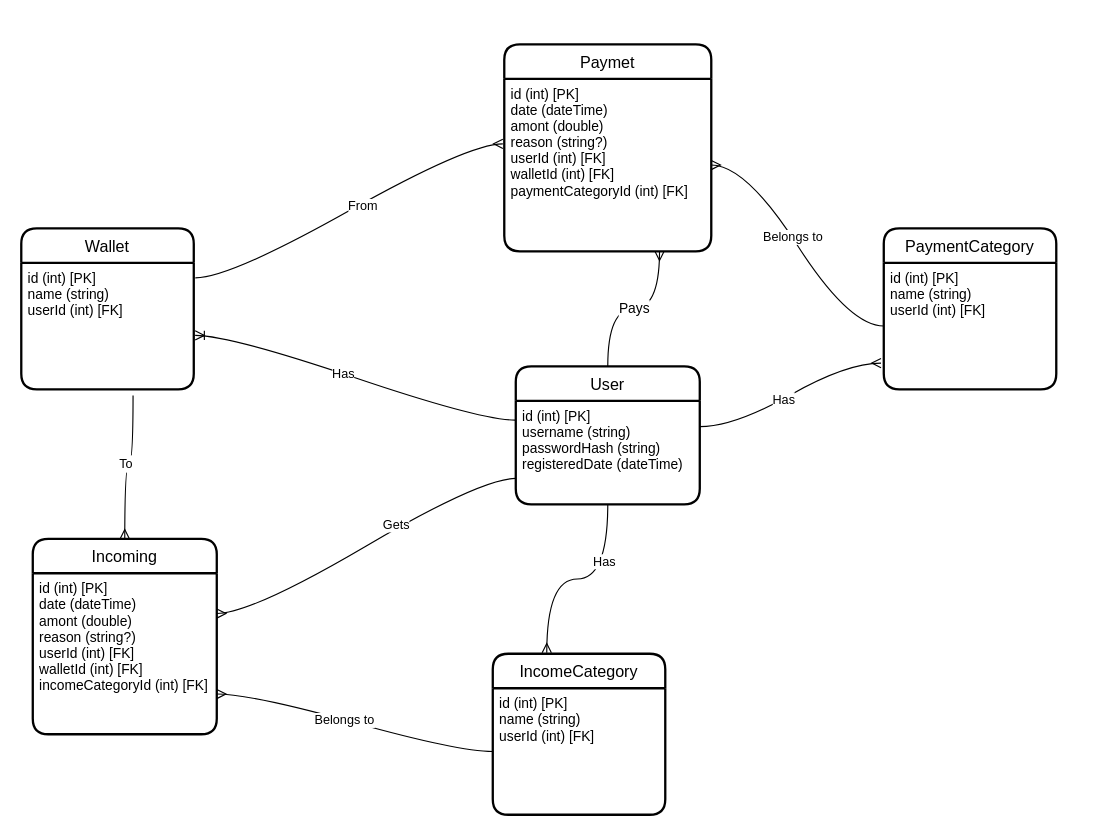
Shukridozom/Personal_Money_Tracker keeps this draw.io diagram as Data Model/Logical model.drawio. Above is the earlier version. Source tidied: cells renumbered, new cells numbered last; positions are measured from the earlier drawing's top-left corner, leaving out a move shared by most shapes. Both pictures are drawn from the tidied source at 115%, with x=0, y=0 at pixel (21, 44).
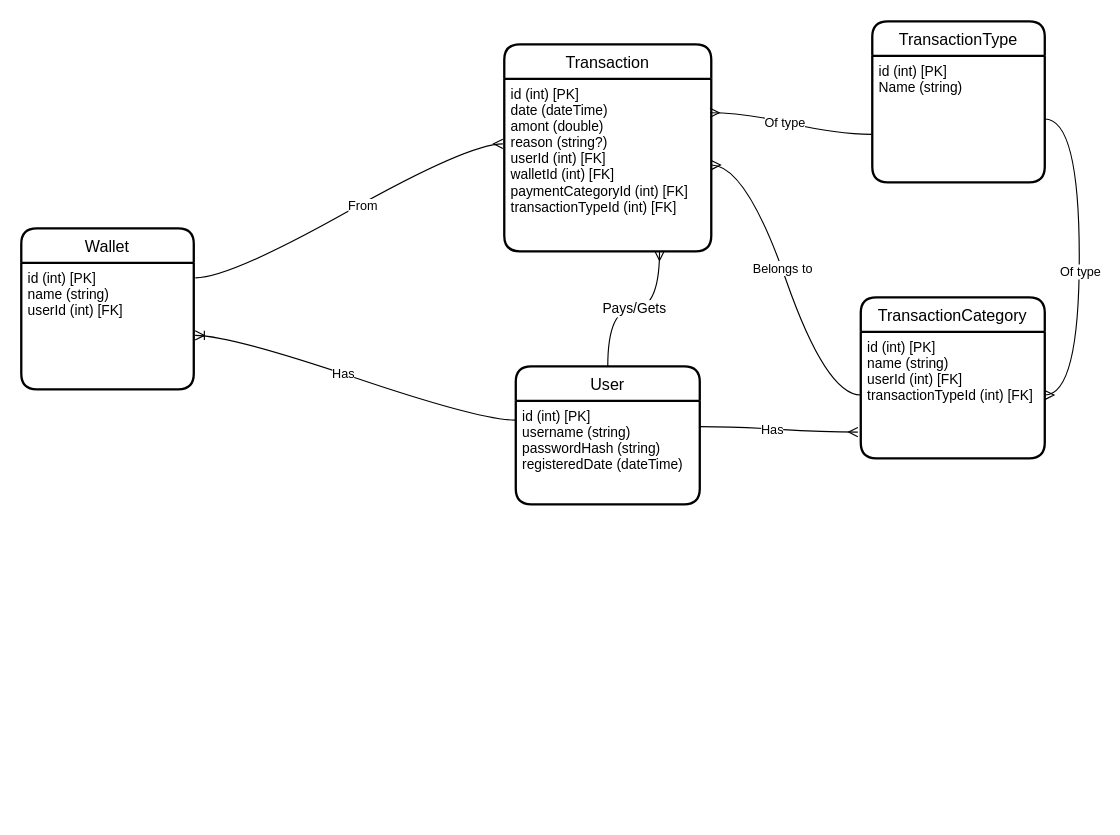
Above is the later version.

Commit message (it also covers changes not shown here):
Changing the conceptual & logical models

Unchanged cells that the change refers to:
```xml
<mxCell id="2" value="User" style="swimlane;horizontal=1;startSize=30;rounded=1;fontSize=14;fontStyle=0;strokeWidth=2;shadow=0;dashed=0;align=center;" parent="1" vertex="1">
  <mxGeometry x="430" y="280" width="160" height="120" as="geometry" />
</mxCell>
<mxCell id="3" value="id (int) [PK]&#10;username (string)&#10;passwordHash (string)&#10;registeredDate (dateTime)&#10;" style="align=left;strokeColor=none;fillColor=none;spacingLeft=4;fontSize=12;verticalAlign=top;" parent="2" vertex="1">
  <mxGeometry y="30" width="160" height="90" as="geometry" />
</mxCell>
<mxCell id="15" value="id (int) [PK]&#10;name (string)&#10;userId (int) [FK]" style="align=left;strokeColor=none;fillColor=none;spacingLeft=4;fontSize=12;verticalAlign=top;" parent="14" vertex="1">
  <mxGeometry y="30" width="150" height="110" as="geometry" />
</mxCell>
```

Change to the diagram source:
```diff
@@
-    <mxCell id="4" value="Incoming" style="swimlane;horizontal=1;startSize=30;rounded=1;fontSize=14;fontStyle=0;strokeWidth=2;shadow=0;dashed=0;align=center;" parent="1" vertex="1">
-      <mxGeometry x="10" y="430" width="160" height="170" as="geometry" />
-    </mxCell>
-    <mxCell id="5" value="id (int) [PK]&#10;date (dateTime)&#10;amont (double)&#10;reason (string?)&#10;userId (int) [FK]&#10;walletId (int) [FK]&#10;incomeCategoryId (int) [FK]" style="align=left;strokeColor=none;fillColor=none;spacingLeft=4;fontSize=12;verticalAlign=top;" parent="4" vertex="1">
-      <mxGeometry y="30" width="160" height="140" as="geometry" />
-    </mxCell>
-    <mxCell id="6" style="edgeStyle=entityRelationEdgeStyle;fontSize=12;html=1;endArrow=ERmany;startArrow=none;rounded=0;curved=1;entryX=1;entryY=0.25;entryDx=0;entryDy=0;exitX=0;exitY=0.75;exitDx=0;exitDy=0;startFill=0;" parent="1" edge="1" source="3" target="5">
-      <mxGeometry relative="1" as="geometry" />
-    </mxCell>
-    <mxCell id="7" value="Gets" style="edgeLabel;html=1;align=center;verticalAlign=middle;" parent="6" vertex="1">
-      <mxGeometry x="-0.21" y="-2" relative="1" as="geometry">
-        <mxPoint y="-1" as="offset" />
-      </mxGeometry>
-    </mxCell>
-    <mxCell id="8" value="Paymet" style="swimlane;horizontal=1;startSize=30;rounded=1;fontSize=14;fontStyle=0;strokeWidth=2;shadow=0;dashed=0;align=center;" parent="1" vertex="1">
+    <mxCell id="8" value="Transaction" style="swimlane;horizontal=1;startSize=30;rounded=1;fontSize=14;fontStyle=0;strokeWidth=2;shadow=0;dashed=0;align=center;" parent="1" vertex="1">
       <mxGeometry x="420" width="180" height="180" as="geometry" />
     </mxCell>
-    <mxCell id="9" value="id (int) [PK]&#10;date (dateTime)&#10;amont (double)&#10;reason (string?)&#10;userId (int) [FK]&#10;walletId (int) [FK]&#10;paymentCategoryId (int) [FK]" style="align=left;strokeColor=none;fillColor=none;spacingLeft=4;fontSize=12;verticalAlign=top;" parent="8" vertex="1">
+    <mxCell id="9" value="id (int) [PK]&#10;date (dateTime)&#10;amont (double)&#10;reason (string?)&#10;userId (int) [FK]&#10;walletId (int) [FK]&#10;paymentCategoryId (int) [FK]&#10;transactionTypeId (int) [FK]" style="align=left;strokeColor=none;fillColor=none;spacingLeft=4;fontSize=12;verticalAlign=top;" parent="8" vertex="1">
       <mxGeometry y="30" width="180" height="150" as="geometry" />
     </mxCell>
-    <mxCell id="10" value="IncomeCategory" style="swimlane;horizontal=1;startSize=30;rounded=1;fontSize=14;fontStyle=0;strokeWidth=2;shadow=0;dashed=0;align=center;" parent="1" vertex="1">
-      <mxGeometry x="410" y="530" width="150" height="140" as="geometry" />
-    </mxCell>
-    <mxCell id="11" value="id (int) [PK]&#10;name (string)&#10;userId (int) [FK]" style="align=left;strokeColor=none;fillColor=none;spacingLeft=4;fontSize=12;verticalAlign=top;" parent="10" vertex="1">
-      <mxGeometry y="30" width="150" height="110" as="geometry" />
-    </mxCell>
-    <mxCell id="12" style="edgeStyle=orthogonalEdgeStyle;fontSize=12;html=1;endArrow=none;startArrow=ERmany;rounded=0;curved=1;exitX=0.313;exitY=-0.007;exitDx=0;exitDy=0;exitPerimeter=0;entryX=0.5;entryY=1;entryDx=0;entryDy=0;endFill=0;" parent="1" edge="1" source="10" target="3">
-      <mxGeometry relative="1" as="geometry" />
-    </mxCell>
-    <mxCell id="13" value="Has" style="edgeLabel;html=1;align=center;verticalAlign=middle;" parent="12" vertex="1">
-      <mxGeometry x="0.15" y="7" relative="1" as="geometry">
-        <mxPoint x="9" y="-9" as="offset" />
-      </mxGeometry>
-    </mxCell>
@@
-    <mxCell id="18" value="Pays" style="edgeStyle=orthogonalEdgeStyle;fontSize=12;html=1;endArrow=ERmany;startArrow=none;rounded=1;curved=1;entryX=0.75;entryY=1;entryDx=0;entryDy=0;exitX=0.5;exitY=0;exitDx=0;exitDy=0;startFill=0;" parent="1" edge="1" source="2" target="9">
+    <mxCell id="18" value="Pays/Gets" style="edgeStyle=orthogonalEdgeStyle;fontSize=12;html=1;endArrow=ERmany;startArrow=none;rounded=1;curved=1;entryX=0.75;entryY=1;entryDx=0;entryDy=0;exitX=0.5;exitY=0;exitDx=0;exitDy=0;startFill=0;" parent="1" edge="1" source="2" target="9">
       <mxGeometry relative="1" as="geometry" />
     </mxCell>
-    <mxCell id="19" value="&lt;span style=&quot;font-size: 11px;&quot;&gt;To&lt;/span&gt;" style="edgeStyle=orthogonalEdgeStyle;fontSize=12;html=1;endArrow=none;startArrow=ERmany;rounded=1;curved=1;entryX=0.648;entryY=1.05;entryDx=0;entryDy=0;entryPerimeter=0;exitX=0.5;exitY=0;exitDx=0;exitDy=0;endFill=0;" parent="1" edge="1" source="4" target="15">
-      <mxGeometry relative="1" as="geometry" />
-    </mxCell>
-    <mxCell id="20" value="PaymentCategory" style="swimlane;horizontal=1;startSize=30;rounded=1;fontSize=14;fontStyle=0;strokeWidth=2;shadow=0;dashed=0;align=center;" parent="1" vertex="1">
-      <mxGeometry x="750" y="160" width="150" height="140" as="geometry" />
+    <mxCell id="20" value="TransactionCategory" style="swimlane;horizontal=1;startSize=30;rounded=1;fontSize=14;fontStyle=0;strokeWidth=2;shadow=0;dashed=0;align=center;" parent="1" vertex="1">
+      <mxGeometry x="730" y="220" width="160" height="140" as="geometry" />
     </mxCell>
-    <mxCell id="21" value="id (int) [PK]&#10;name (string)&#10;userId (int) [FK]" style="align=left;strokeColor=none;fillColor=none;spacingLeft=4;fontSize=12;verticalAlign=top;" parent="20" vertex="1">
-      <mxGeometry y="30" width="150" height="110" as="geometry" />
+    <mxCell id="21" value="id (int) [PK]&#10;name (string)&#10;userId (int) [FK]&#10;transactionTypeId (int) [FK]" style="align=left;strokeColor=none;fillColor=none;spacingLeft=4;fontSize=12;verticalAlign=top;" parent="20" vertex="1">
+      <mxGeometry y="30" width="160" height="110" as="geometry" />
     </mxCell>
-    <mxCell id="22" style="edgeStyle=entityRelationEdgeStyle;fontSize=12;html=1;endArrow=none;startArrow=ERmany;rounded=1;curved=1;exitX=1;exitY=0.75;exitDx=0;exitDy=0;endFill=0;" parent="1" edge="1" source="5" target="11">
-      <mxGeometry relative="1" as="geometry" />
-    </mxCell>
-    <mxCell id="23" value="Belongs to" style="edgeLabel;html=1;align=center;verticalAlign=middle;" parent="22" vertex="1">
-      <mxGeometry x="-0.08" relative="1" as="geometry" />
-    </mxCell>
@@
+    <mxCell id="30" value="TransactionType" style="swimlane;horizontal=1;startSize=30;rounded=1;fontSize=14;fontStyle=0;strokeWidth=2;shadow=0;dashed=0;align=center;" parent="1" vertex="1">
+      <mxGeometry x="740" y="-20" width="150" height="140" as="geometry" />
+    </mxCell>
+    <mxCell id="31" value="id (int) [PK]&#10;Name (string)" style="align=left;strokeColor=none;fillColor=none;spacingLeft=4;fontSize=12;verticalAlign=top;" parent="30" vertex="1">
+      <mxGeometry y="30" width="150" height="110" as="geometry" />
+    </mxCell>
+    <mxCell id="32" style="edgeStyle=entityRelationEdgeStyle;fontSize=12;html=1;endArrow=none;startArrow=ERmany;rounded=1;curved=1;entryX=-0.004;entryY=0.621;entryDx=0;entryDy=0;exitX=0.994;exitY=0.197;exitDx=0;exitDy=0;endFill=0;exitPerimeter=0;entryPerimeter=0;" parent="1" edge="1" source="9" target="31">
+      <mxGeometry relative="1" as="geometry" />
+    </mxCell>
+    <mxCell id="33" value="Of type" style="edgeLabel;html=1;align=center;verticalAlign=middle;" parent="32" vertex="1">
+      <mxGeometry x="-0.08" relative="1" as="geometry" />
+    </mxCell>
+    <mxCell id="34" style="edgeStyle=entityRelationEdgeStyle;fontSize=12;html=1;endArrow=none;startArrow=ERmany;rounded=1;curved=1;endFill=0;" parent="1" edge="1" source="21" target="31">
+      <mxGeometry relative="1" as="geometry" />
+    </mxCell>
+    <mxCell id="35" value="Of type" style="edgeLabel;html=1;align=center;verticalAlign=middle;" parent="34" vertex="1">
+      <mxGeometry x="-0.08" relative="1" as="geometry" />
+    </mxCell>
```
